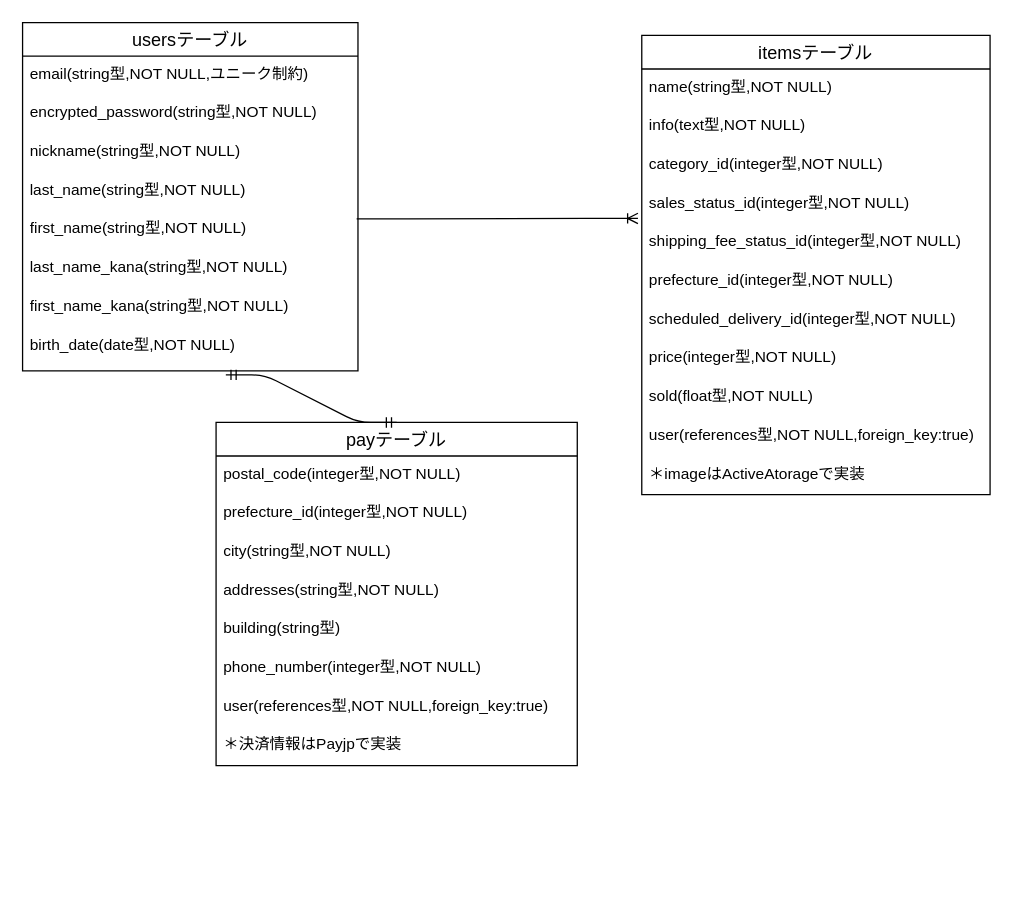
The draw.io diagram db.dio in sea-yassan33/furima-38357, before the edit. Source tidied: cells renumbered, new cells numbered last; positions are measured from the earlier drawing's top-left corner, leaving out a move shared by most shapes. Both pictures are drawn from the tidied source at 129%, with x=0, y=0 at pixel (22, 22).
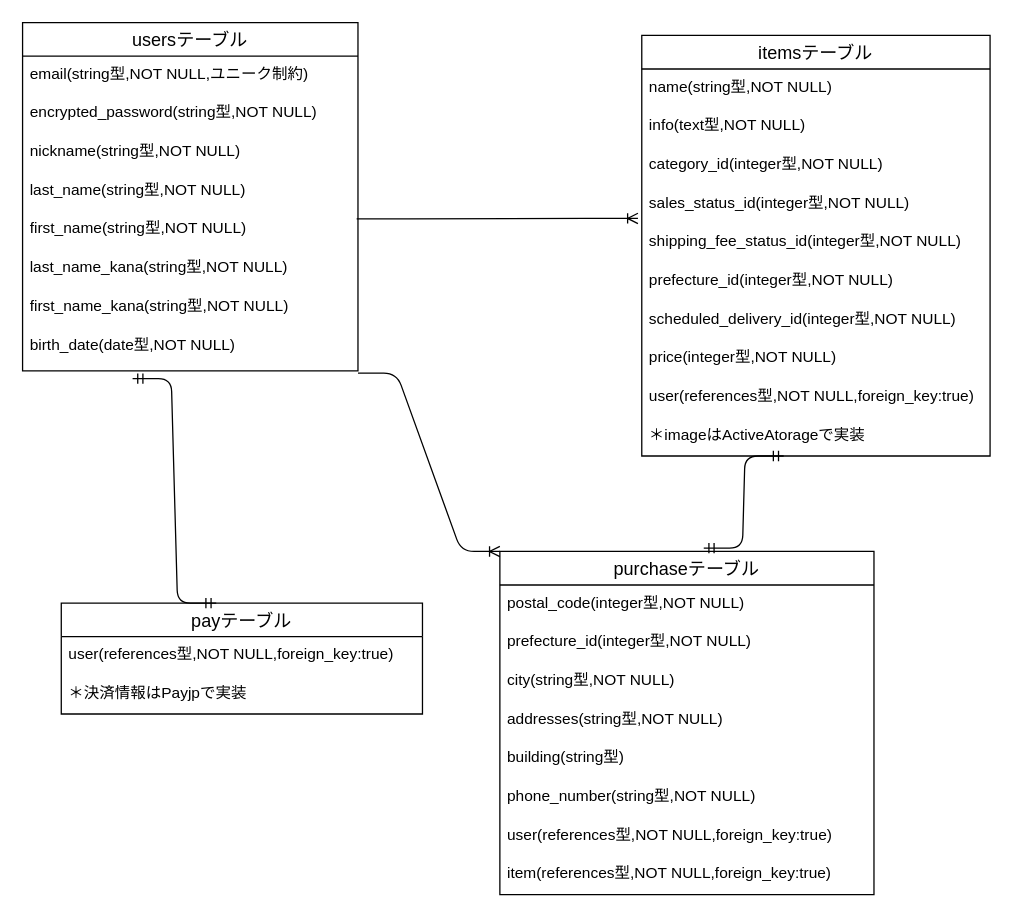
After the change.

The change refers to these unchanged cells:
```xml
<mxCell id="6" value="last_name(string型,NOT NULL)" style="text;strokeColor=none;fillColor=none;spacingLeft=4;spacingRight=4;overflow=hidden;points=[[0,0.5],[1,0.5]];portConstraint=eastwest;fontSize=12;" parent="2" vertex="1">
  <mxGeometry y="116" width="260" height="30" as="geometry" />
</mxCell>
<mxCell id="10" value="birth_date(date型,NOT NULL)" style="text;strokeColor=none;fillColor=none;spacingLeft=4;spacingRight=4;overflow=hidden;points=[[0,0.5],[1,0.5]];portConstraint=eastwest;fontSize=12;" parent="2" vertex="1">
  <mxGeometry y="236" width="260" height="34" as="geometry" />
</mxCell>
<mxCell id="15" value="sales_status_id(integer型,NOT NULL)" style="text;strokeColor=none;fillColor=none;spacingLeft=4;spacingRight=4;overflow=hidden;points=[[0,0.5],[1,0.5]];portConstraint=eastwest;fontSize=12;" parent="11" vertex="1">
  <mxGeometry y="116" width="270" height="30" as="geometry" />
</mxCell>
```

The edit, as a diff of the source:
```diff
@@
     <mxCell id="11" value="itemsテーブル" style="swimlane;fontStyle=0;horizontal=1;startSize=26;align=center;fontSize=14;" parent="1" vertex="1">
-      <mxGeometry x="480" y="10" width="270" height="356" as="geometry" />
+      <mxGeometry x="480" y="10" width="270" height="326" as="geometry" />
     </mxCell>
@@
-    <mxCell id="20" value="sold(float型,NOT NULL)" style="text;strokeColor=none;fillColor=none;spacingLeft=4;spacingRight=4;overflow=hidden;fontSize=12;html=1;" parent="11" vertex="1">
-      <mxGeometry y="266" width="270" height="30" as="geometry" />
-    </mxCell>
     <mxCell id="21" value="user(references型,NOT NULL,foreign_key:true)" style="text;strokeColor=none;fillColor=none;spacingLeft=4;spacingRight=4;overflow=hidden;fontSize=12;" parent="11" vertex="1">
-      <mxGeometry y="296" width="270" height="30" as="geometry" />
+      <mxGeometry y="266" width="270" height="30" as="geometry" />
     </mxCell>
     <mxCell id="22" value="＊imageはActiveAtorageで実装" style="text;strokeColor=none;fillColor=none;spacingLeft=4;spacingRight=4;overflow=hidden;fontSize=12;" parent="11" vertex="1">
-      <mxGeometry y="326" width="270" height="30" as="geometry" />
+      <mxGeometry y="296" width="270" height="30" as="geometry" />
     </mxCell>
     <mxCell id="23" value="payテーブル" style="swimlane;fontStyle=0;horizontal=1;startSize=26;align=center;fontSize=14;" parent="1" vertex="1">
-      <mxGeometry x="150" y="310" width="280" height="266" as="geometry" />
+      <mxGeometry x="30" y="450" width="280" height="86" as="geometry" />
     </mxCell>
+    <mxCell id="30" value="user(references型,NOT NULL,foreign_key:true)" style="text;strokeColor=none;fillColor=none;spacingLeft=4;spacingRight=4;overflow=hidden;fontSize=12;" parent="23" vertex="1">
+      <mxGeometry y="26" width="280" height="30" as="geometry" />
+    </mxCell>
+    <mxCell id="31" value="＊決済情報はPayjpで実装" style="text;strokeColor=none;fillColor=none;spacingLeft=4;spacingRight=4;overflow=hidden;fontSize=12;" parent="23" vertex="1">
+      <mxGeometry y="56" width="280" height="30" as="geometry" />
+    </mxCell>
+    <mxCell id="33" style="edgeStyle=entityRelationEdgeStyle;fontSize=12;html=1;endArrow=ERoneToMany;entryX=-0.011;entryY=0.861;entryDx=0;entryDy=0;exitX=0.996;exitY=1.208;exitDx=0;exitDy=0;entryPerimeter=0;exitPerimeter=0;" parent="1" edge="1" source="6" target="15">
+      <mxGeometry relative="1" as="geometry" />
+    </mxCell>
+    <mxCell id="34" value="purchaseテーブル" style="swimlane;fontStyle=0;horizontal=1;startSize=26;align=center;fontSize=14;" parent="1" vertex="1">
+      <mxGeometry x="370" y="410" width="290" height="266" as="geometry" />
+    </mxCell>
-    <mxCell id="24" value="postal_code(integer型,NOT NULL)" style="text;strokeColor=none;fillColor=none;spacingLeft=4;spacingRight=4;overflow=hidden;fontSize=12;" parent="23" vertex="1">
-      <mxGeometry y="26" width="280" height="30" as="geometry" />
+    <mxCell id="24" value="postal_code(integer型,NOT NULL)" style="text;strokeColor=none;fillColor=none;spacingLeft=4;spacingRight=4;overflow=hidden;fontSize=12;" parent="34" vertex="1">
+      <mxGeometry y="26" width="290" height="30" as="geometry" />
     </mxCell>
-    <mxCell id="25" value="prefecture_id(integer型,NOT NULL)" style="text;strokeColor=none;fillColor=none;spacingLeft=4;spacingRight=4;overflow=hidden;fontSize=12;" parent="23" vertex="1">
-      <mxGeometry y="56" width="280" height="30" as="geometry" />
+    <mxCell id="25" value="prefecture_id(integer型,NOT NULL)" style="text;strokeColor=none;fillColor=none;spacingLeft=4;spacingRight=4;overflow=hidden;fontSize=12;" parent="34" vertex="1">
+      <mxGeometry y="56" width="290" height="30" as="geometry" />
     </mxCell>
-    <mxCell id="26" value="city(string型,NOT NULL)" style="text;strokeColor=none;fillColor=none;spacingLeft=4;spacingRight=4;overflow=hidden;fontSize=12;" parent="23" vertex="1">
-      <mxGeometry y="86" width="280" height="30" as="geometry" />
+    <mxCell id="26" value="city(string型,NOT NULL)" style="text;strokeColor=none;fillColor=none;spacingLeft=4;spacingRight=4;overflow=hidden;fontSize=12;" parent="34" vertex="1">
+      <mxGeometry y="86" width="290" height="30" as="geometry" />
     </mxCell>
-    <mxCell id="27" value="addresses(string型,NOT NULL)" style="text;strokeColor=none;fillColor=none;spacingLeft=4;spacingRight=4;overflow=hidden;fontSize=12;" parent="23" vertex="1">
-      <mxGeometry y="116" width="280" height="30" as="geometry" />
+    <mxCell id="27" value="addresses(string型,NOT NULL)" style="text;strokeColor=none;fillColor=none;spacingLeft=4;spacingRight=4;overflow=hidden;fontSize=12;" parent="34" vertex="1">
+      <mxGeometry y="116" width="290" height="30" as="geometry" />
     </mxCell>
-    <mxCell id="28" value="building(string型)" style="text;strokeColor=none;fillColor=none;spacingLeft=4;spacingRight=4;overflow=hidden;fontSize=12;" parent="23" vertex="1">
-      <mxGeometry y="146" width="280" height="30" as="geometry" />
+    <mxCell id="28" value="building(string型)" style="text;strokeColor=none;fillColor=none;spacingLeft=4;spacingRight=4;overflow=hidden;fontSize=12;" parent="34" vertex="1">
+      <mxGeometry y="146" width="290" height="30" as="geometry" />
     </mxCell>
-    <mxCell id="29" value="phone_number(integer型,NOT NULL)" style="text;strokeColor=none;fillColor=none;spacingLeft=4;spacingRight=4;overflow=hidden;fontSize=12;" parent="23" vertex="1">
-      <mxGeometry y="176" width="280" height="30" as="geometry" />
+    <mxCell id="29" value="phone_number(string型,NOT NULL)" style="text;strokeColor=none;fillColor=none;spacingLeft=4;spacingRight=4;overflow=hidden;fontSize=12;" parent="34" vertex="1">
+      <mxGeometry y="176" width="290" height="30" as="geometry" />
     </mxCell>
-    <mxCell id="30" value="user(references型,NOT NULL,foreign_key:true)" style="text;strokeColor=none;fillColor=none;spacingLeft=4;spacingRight=4;overflow=hidden;fontSize=12;" parent="23" vertex="1">
-      <mxGeometry y="206" width="280" height="30" as="geometry" />
-    </mxCell>
-    <mxCell id="31" value="＊決済情報はPayjpで実装" style="text;strokeColor=none;fillColor=none;spacingLeft=4;spacingRight=4;overflow=hidden;fontSize=12;" parent="23" vertex="1">
-      <mxGeometry y="236" width="280" height="30" as="geometry" />
-    </mxCell>
-    <mxCell id="32" style="edgeStyle=entityRelationEdgeStyle;fontSize=12;html=1;endArrow=ERmandOne;startArrow=ERmandOne;entryX=0.5;entryY=0;entryDx=0;entryDy=0;exitX=0.606;exitY=1.092;exitDx=0;exitDy=0;exitPerimeter=0;" parent="1" edge="1" source="10" target="23">
-      <mxGeometry relative="1" as="geometry" />
-    </mxCell>
-    <mxCell id="33" style="edgeStyle=entityRelationEdgeStyle;fontSize=12;html=1;endArrow=ERoneToMany;entryX=-0.011;entryY=0.861;entryDx=0;entryDy=0;exitX=0.996;exitY=1.208;exitDx=0;exitDy=0;entryPerimeter=0;exitPerimeter=0;" parent="1" edge="1" source="6" target="15">
-      <mxGeometry relative="1" as="geometry" />
-    </mxCell>
+    <mxCell id="35" value="user(references型,NOT NULL,foreign_key:true)" style="text;strokeColor=none;fillColor=none;spacingLeft=4;spacingRight=4;overflow=hidden;fontSize=12;" parent="34" vertex="1">
+      <mxGeometry y="206" width="290" height="30" as="geometry" />
+    </mxCell>
+    <mxCell id="36" value="item(references型,NOT NULL,foreign_key:true)" style="text;strokeColor=none;fillColor=none;spacingLeft=4;spacingRight=4;overflow=hidden;fontSize=12;" parent="34" vertex="1">
+      <mxGeometry y="236" width="290" height="30" as="geometry" />
+    </mxCell>
+    <mxCell id="37" style="edgeStyle=entityRelationEdgeStyle;fontSize=12;html=1;endArrow=ERmandOne;startArrow=ERmandOne;exitX=0.545;exitY=-0.01;exitDx=0;exitDy=0;exitPerimeter=0;" parent="1" edge="1" source="34">
+      <mxGeometry relative="1" as="geometry">
+        <mxPoint x="590" y="336" as="targetPoint" />
+      </mxGeometry>
+    </mxCell>
+    <mxCell id="38" style="edgeStyle=entityRelationEdgeStyle;fontSize=12;html=1;endArrow=ERoneToMany;exitX=1;exitY=1.049;exitDx=0;exitDy=0;exitPerimeter=0;entryX=0;entryY=0;entryDx=0;entryDy=0;" parent="1" edge="1" source="10" target="34">
+      <mxGeometry relative="1" as="geometry" />
+    </mxCell>
+    <mxCell id="39" style="edgeStyle=entityRelationEdgeStyle;fontSize=12;html=1;endArrow=ERmandOne;startArrow=ERmandOne;exitX=0.429;exitY=0;exitDx=0;exitDy=0;exitPerimeter=0;entryX=0.328;entryY=1.177;entryDx=0;entryDy=0;entryPerimeter=0;" parent="1" edge="1" source="23" target="10">
+      <mxGeometry relative="1" as="geometry" />
+    </mxCell>
```
